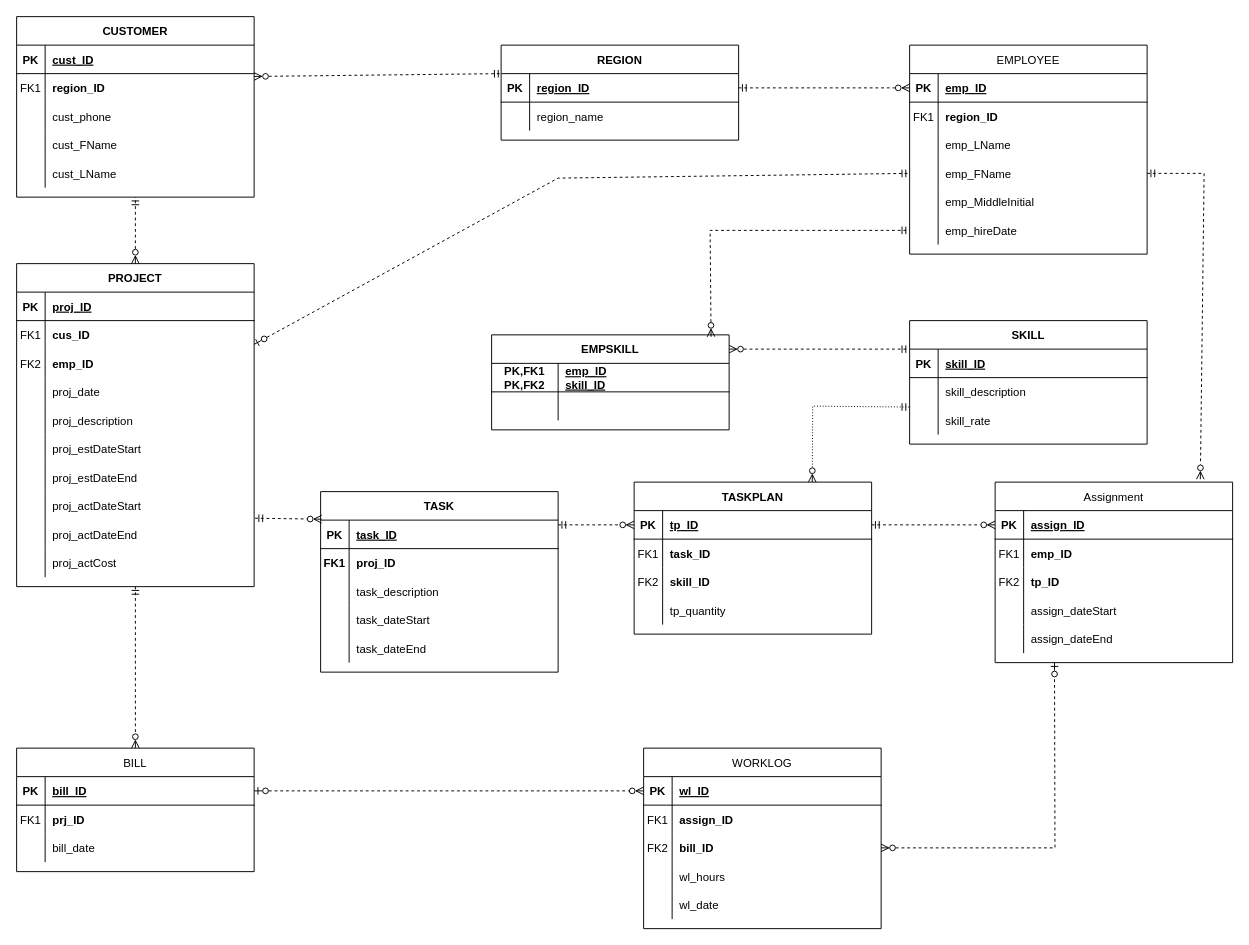
Before: Case 11 ERD.drawio in kwoehrer/DatabaseHw, a draw.io diagram. Source tidied: cells renumbered, new cells numbered last; positions are measured from the earlier drawing's top-left corner, leaving out a move shared by most shapes. Both pictures are drawn from the tidied source at 95%, with x=0, y=0 at pixel (16, 16).
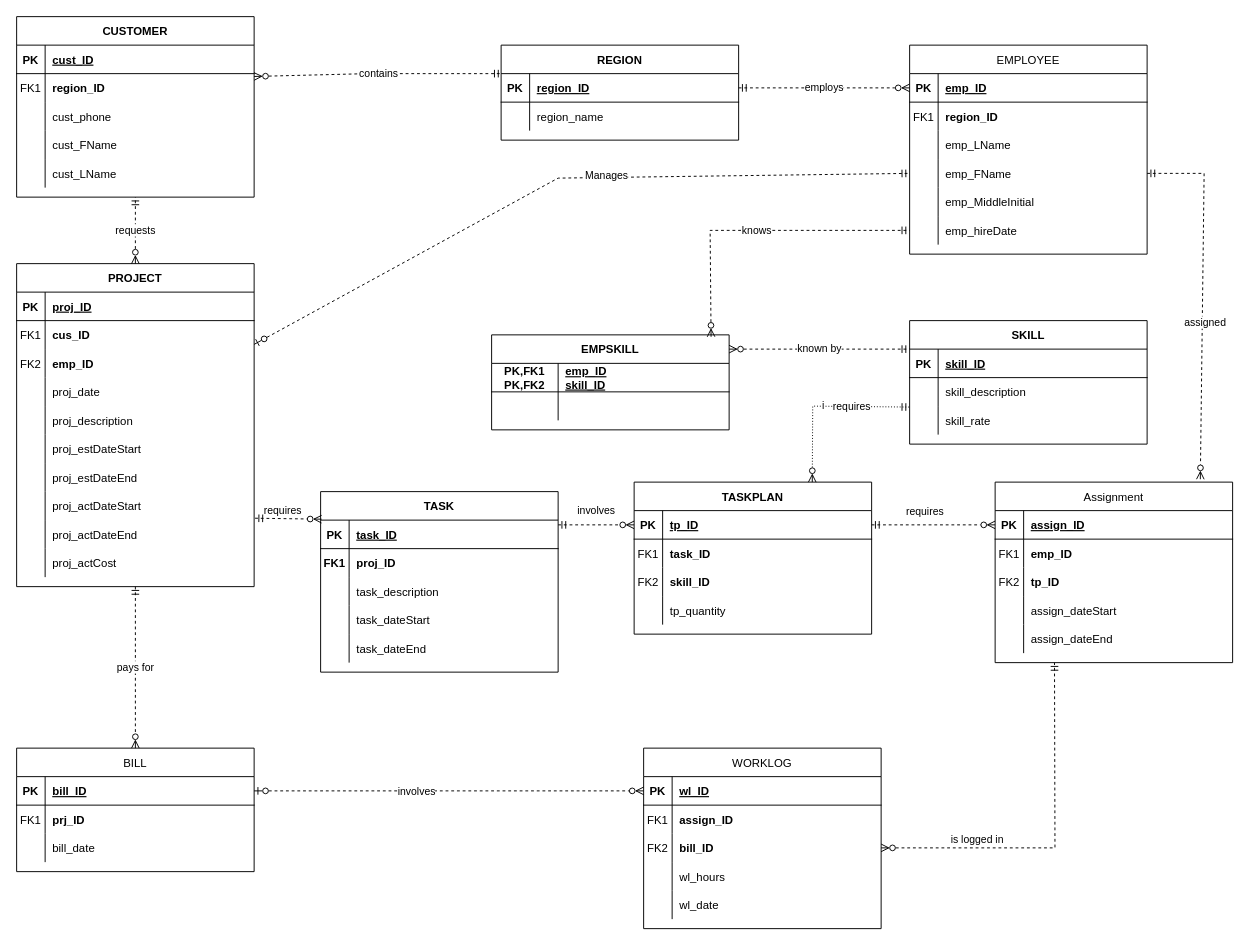
The same page after the edit.

Unchanged cells that the change refers to:
```xml
<mxCell id="2" value="CUSTOMER" style="shape=table;startSize=30;childLayout=tableLayout;rowLines=0;fontStyle=1;align=center;" parent="1" vertex="1">
  <mxGeometry width="250" height="190" as="geometry" />
</mxCell>
<mxCell id="6" style="shape=partialRectangle;fillColor=none;points=[[0,0.5],[1,0.5]];portConstraint=eastwest;top=0;left=0;right=0;bottom=0;" parent="2" vertex="1">
  <mxGeometry y="60" width="250" height="30" as="geometry" />
</mxCell>
<mxCell id="18" value="PROJECT" style="shape=table;startSize=30;childLayout=tableLayout;rowLines=0;fontStyle=1;align=center;" parent="1" vertex="1">
  <mxGeometry y="260" width="250" height="340" as="geometry" />
</mxCell>
<mxCell id="43" style="shape=partialRectangle;fillColor=none;points=[[0,0.5],[1,0.5]];portConstraint=eastwest;top=0;left=0;right=0;bottom=0;" parent="18" vertex="1">
  <mxGeometry y="270" width="250" height="30" as="geometry" />
</mxCell>
<mxCell id="50" style="shape=partialRectangle;fillColor=none;points=[[0,0.5],[1,0.5]];portConstraint=eastwest;top=0;left=0;right=0;bottom=1;" parent="49" vertex="1">
  <mxGeometry y="30" width="250" height="30" as="geometry" />
</mxCell>
<mxCell id="63" style="shape=partialRectangle;fillColor=none;points=[[0,0.5],[1,0.5]];portConstraint=eastwest;top=0;left=0;right=0;bottom=0;" parent="56" vertex="1">
  <mxGeometry y="90" width="250" height="30" as="geometry" />
</mxCell>
<mxCell id="67" style="shape=partialRectangle;fillColor=none;points=[[0,0.5],[1,0.5]];portConstraint=eastwest;top=0;left=0;right=0;bottom=1;" parent="66" vertex="1">
  <mxGeometry y="30" width="250" height="30" as="geometry" />
</mxCell>
<mxCell id="82" style="shape=partialRectangle;fillColor=none;points=[[0,0.5],[1,0.5]];portConstraint=eastwest;top=0;left=0;right=0;bottom=0;" parent="66" vertex="1">
  <mxGeometry y="180" width="250" height="30" as="geometry" />
</mxCell>
<mxCell id="85" value="Assignment" style="shape=table;startSize=30;childLayout=tableLayout;rowLines=0;fontStyle=0;align=center;" parent="1" vertex="1">
  <mxGeometry x="1030" y="490" width="250" height="190" as="geometry" />
</mxCell>
<mxCell id="101" value="EMPSKILL" style="shape=table;startSize=30;childLayout=tableLayout;rowLines=0;fontStyle=1;align=center;" parent="1" vertex="1">
  <mxGeometry x="500" y="335" width="250" height="100" as="geometry" />
</mxCell>
<mxCell id="109" style="shape=partialRectangle;fillColor=none;points=[[0,0.5],[1,0.5]];portConstraint=eastwest;top=0;left=0;right=0;bottom=1;" parent="108" vertex="1">
  <mxGeometry y="30" width="250" height="30" as="geometry" />
</mxCell>
<mxCell id="131" style="shape=partialRectangle;fillColor=none;points=[[0,0.5],[1,0.5]];portConstraint=eastwest;top=0;left=0;right=0;bottom=0;" parent="124" vertex="1">
  <mxGeometry y="90" width="250" height="30" as="geometry" />
</mxCell>
<mxCell id="140" value="TASKPLAN" style="shape=table;startSize=30;childLayout=tableLayout;rowLines=0;fontStyle=1;align=center;" parent="1" vertex="1">
  <mxGeometry x="650" y="490" width="250" height="160" as="geometry" />
</mxCell>
<mxCell id="141" style="shape=partialRectangle;fillColor=none;points=[[0,0.5],[1,0.5]];portConstraint=eastwest;top=0;left=0;right=0;bottom=1;" parent="140" vertex="1">
  <mxGeometry y="30" width="250" height="30" as="geometry" />
</mxCell>
<mxCell id="157" style="endArrow=ERmandOne;html=1;rounded=0;dashed=1;strokeColor=#000000;exitX=1;exitY=0.25;exitDx=0;exitDy=0;entryX=0;entryY=0.5;entryDx=0;entryDy=0;startArrow=ERzeroToOne;startFill=0;endFill=0;" parent="1" edge="1" source="18" target="76">
  <mxGeometry relative="1" as="geometry">
    <Array as="points">
      <mxPoint x="570" y="170" />
    </Array>
  </mxGeometry>
</mxCell>
<mxCell id="161" style="endArrow=ERzeroToMany;html=1;rounded=0;dashed=1;strokeColor=#000000;entryX=0;entryY=0.5;entryDx=0;entryDy=0;exitX=1;exitY=0.5;exitDx=0;exitDy=0;startArrow=ERmandOne;startFill=0;endFill=0;" parent="1" edge="1" source="141" target="86">
  <mxGeometry relative="1" as="geometry" />
</mxCell>
<mxCell id="162" style="endArrow=ERzeroToMany;html=1;rounded=0;dashed=1;strokeColor=#000000;entryX=0.864;entryY=-0.016;entryDx=0;entryDy=0;entryPerimeter=0;exitX=1;exitY=0.5;exitDx=0;exitDy=0;startArrow=ERmandOne;startFill=0;endFill=0;" parent="1" edge="1" source="76" target="85">
  <mxGeometry relative="1" as="geometry">
    <Array as="points">
      <mxPoint x="1250" y="165" />
    </Array>
  </mxGeometry>
</mxCell>
<mxCell id="164" value="BILL" style="shape=table;startSize=30;childLayout=tableLayout;rowLines=0;fontStyle=0;align=center;" parent="1" vertex="1">
  <mxGeometry y="770" width="250" height="130" as="geometry" />
</mxCell>
<mxCell id="175" style="endArrow=ERzeroToMany;html=1;rounded=0;dashed=1;strokeColor=#000000;entryX=0;entryY=0.5;entryDx=0;entryDy=0;exitX=1;exitY=0.5;exitDx=0;exitDy=0;startArrow=ERzeroToOne;startFill=0;endFill=0;" parent="1" edge="1" source="165" target="125">
  <mxGeometry relative="1" as="geometry" />
</mxCell>
```

What changed in the source:
```diff
@@
-    <mxCell id="153" style="endArrow=ERmandOne;html=1;rounded=0;exitX=1;exitY=0.1;exitDx=0;exitDy=0;exitPerimeter=0;entryX=0.004;entryY=0;entryDx=0;entryDy=0;entryPerimeter=0;fillColor=#fff2cc;strokeColor=#000000;dashed=1;startArrow=ERzeroToMany;startFill=0;endFill=0;" parent="1" edge="1" source="6" target="50">
-      <mxGeometry relative="1" as="geometry" />
+    <mxCell id="153" value="contains" style="endArrow=ERmandOne;html=1;rounded=0;exitX=1;exitY=0.1;exitDx=0;exitDy=0;exitPerimeter=0;entryX=0.004;entryY=0;entryDx=0;entryDy=0;entryPerimeter=0;fillColor=#fff2cc;strokeColor=#000000;dashed=1;startArrow=ERzeroToMany;startFill=0;endFill=0;" parent="1" edge="1" source="6" target="50">
+      <mxGeometry relative="1" as="geometry">
+        <Array as="points">
+          <mxPoint x="370" y="60" />
+        </Array>
+      </mxGeometry>
     </mxCell>
-    <mxCell id="154" style="endArrow=ERzeroToMany;html=1;rounded=0;dashed=1;strokeColor=#000000;entryX=0;entryY=0.5;entryDx=0;entryDy=0;exitX=1;exitY=0.5;exitDx=0;exitDy=0;startArrow=ERmandOne;startFill=0;endFill=0;" parent="1" edge="1" source="50" target="67">
+    <mxCell id="154" value="employs" style="endArrow=ERzeroToMany;html=1;rounded=0;dashed=1;strokeColor=#000000;entryX=0;entryY=0.5;entryDx=0;entryDy=0;exitX=1;exitY=0.5;exitDx=0;exitDy=0;startArrow=ERmandOne;startFill=0;endFill=0;" parent="1" edge="1" source="50" target="67">
       <mxGeometry relative="1" as="geometry" />
     </mxCell>
-    <mxCell id="155" style="endArrow=ERmandOne;html=1;rounded=0;dashed=1;strokeColor=#000000;entryX=0;entryY=0.5;entryDx=0;entryDy=0;startArrow=ERzeroToMany;startFill=0;endFill=0;exitX=0.924;exitY=0.02;exitDx=0;exitDy=0;exitPerimeter=0;" parent="1" edge="1" source="101" target="82">
+    <mxCell id="155" value="knows" style="endArrow=ERmandOne;html=1;rounded=0;dashed=1;strokeColor=#000000;entryX=0;entryY=0.5;entryDx=0;entryDy=0;startArrow=ERzeroToMany;startFill=0;endFill=0;exitX=0.924;exitY=0.02;exitDx=0;exitDy=0;exitPerimeter=0;" parent="1" edge="1" source="101" target="82">
       <mxGeometry relative="1" as="geometry">
         <Array as="points">
           <mxPoint x="730" y="225" />
         </Array>
       </mxGeometry>
     </mxCell>
-    <mxCell id="156" style="endArrow=ERmandOne;html=1;rounded=0;dashed=1;strokeColor=#000000;startArrow=ERzeroToMany;startFill=0;endFill=0;" parent="1" edge="1">
+    <mxCell id="156" value="known by" style="endArrow=ERmandOne;html=1;rounded=0;dashed=1;strokeColor=#000000;startArrow=ERzeroToMany;startFill=0;endFill=0;" parent="1" edge="1">
       <mxGeometry relative="1" as="geometry">
         <mxPoint x="750" y="350" as="sourcePoint" />
         <mxPoint x="940" y="350" as="targetPoint" />
       </mxGeometry>
     </mxCell>
@@
+    <mxCell id="177" value="Manages" style="edgeLabel;html=1;align=center;verticalAlign=middle;" parent="157" vertex="1">
+      <mxGeometry x="0.13" y="3" relative="1" as="geometry" />
+    </mxCell>
-    <mxCell id="158" style="endArrow=ERmandOne;html=1;rounded=0;dashed=1;strokeColor=#000000;entryX=0.5;entryY=1;entryDx=0;entryDy=0;startArrow=ERzeroToMany;startFill=0;endFill=0;" parent="1" edge="1" source="18" target="2">
+    <mxCell id="158" value="requests" style="endArrow=ERmandOne;html=1;rounded=0;dashed=1;strokeColor=#000000;entryX=0.5;entryY=1;entryDx=0;entryDy=0;startArrow=ERzeroToMany;startFill=0;endFill=0;" parent="1" edge="1" source="18" target="2">
       <mxGeometry relative="1" as="geometry" />
     </mxCell>
-    <mxCell id="159" style="endArrow=ERzeroToMany;html=1;rounded=0;dashed=1;strokeColor=#000000;exitX=1.004;exitY=-0.067;exitDx=0;exitDy=0;exitPerimeter=0;entryX=0.004;entryY=-0.033;entryDx=0;entryDy=0;entryPerimeter=0;endFill=0;startArrow=ERmandOne;startFill=0;" parent="1" edge="1" source="43" target="109">
-      <mxGeometry relative="1" as="geometry" />
+    <mxCell id="159" value="requires" style="endArrow=ERzeroToMany;html=1;rounded=0;dashed=1;strokeColor=#000000;exitX=1.004;exitY=-0.067;exitDx=0;exitDy=0;exitPerimeter=0;entryX=0.004;entryY=-0.033;entryDx=0;entryDy=0;entryPerimeter=0;endFill=0;startArrow=ERmandOne;startFill=0;" parent="1" edge="1" source="43" target="109">
+      <mxGeometry x="-0.17" y="8" relative="1" as="geometry" />
     </mxCell>
-    <mxCell id="160" style="endArrow=ERzeroToMany;html=1;rounded=0;dashed=1;strokeColor=#000000;entryX=0;entryY=0.5;entryDx=0;entryDy=0;startArrow=ERmandOne;startFill=0;endFill=0;" parent="1" edge="1" target="141">
-      <mxGeometry relative="1" as="geometry">
+    <mxCell id="160" value="involves" style="endArrow=ERzeroToMany;html=1;rounded=0;dashed=1;strokeColor=#000000;entryX=0;entryY=0.5;entryDx=0;entryDy=0;startArrow=ERmandOne;startFill=0;endFill=0;" parent="1" edge="1" target="141">
+      <mxGeometry y="15" relative="1" as="geometry">
         <mxPoint x="570" y="535" as="sourcePoint" />
+        <Array as="points">
+          <mxPoint x="610" y="535" />
+        </Array>
       </mxGeometry>
     </mxCell>
@@
+    <mxCell id="178" value="requires" style="edgeLabel;html=1;align=center;verticalAlign=middle;" parent="161" vertex="1">
+      <mxGeometry x="0.23" y="4" relative="1" as="geometry">
+        <mxPoint x="-25" y="-11" as="offset" />
+      </mxGeometry>
+    </mxCell>
@@
+    <mxCell id="179" value="assigned" style="edgeLabel;html=1;align=center;verticalAlign=middle;" parent="162" vertex="1">
+      <mxGeometry x="0.24" y="3" relative="1" as="geometry">
+        <mxPoint y="-21" as="offset" />
+      </mxGeometry>
+    </mxCell>
-    <mxCell id="163" style="endArrow=ERmandOne;html=1;rounded=0;dashed=1;dashPattern=1 2;strokeColor=#000000;entryX=0;entryY=0.033;entryDx=0;entryDy=0;entryPerimeter=0;exitX=0.75;exitY=0;exitDx=0;exitDy=0;startArrow=ERzeroToMany;startFill=0;endFill=0;" parent="1" edge="1" source="140" target="63">
+    <mxCell id="163" value="i" style="endArrow=ERmandOne;html=1;rounded=0;dashed=1;dashPattern=1 2;strokeColor=#000000;entryX=0;entryY=0.033;entryDx=0;entryDy=0;entryPerimeter=0;exitX=0.75;exitY=0;exitDx=0;exitDy=0;startArrow=ERzeroToMany;startFill=0;endFill=0;" parent="1" edge="1" source="140" target="63">
       <mxGeometry relative="1" as="geometry">
         <Array as="points">
           <mxPoint x="838" y="410" />
         </Array>
       </mxGeometry>
     </mxCell>
+    <mxCell id="180" value="requires" style="edgeLabel;html=1;align=center;verticalAlign=middle;" parent="163" vertex="1">
+      <mxGeometry x="0.07" relative="1" as="geometry">
+        <mxPoint x="24" as="offset" />
+      </mxGeometry>
+    </mxCell>
@@
-    <mxCell id="174" style="endArrow=ERzeroToOne;html=1;rounded=0;dashed=1;strokeColor=#000000;exitX=1;exitY=0.5;exitDx=0;exitDy=0;entryX=0.25;entryY=1;entryDx=0;entryDy=0;startArrow=ERzeroToMany;startFill=0;endFill=0;" parent="1" edge="1" source="131" target="85">
+    <mxCell id="174" style="endArrow=ERmandOne;html=1;rounded=0;dashed=1;strokeColor=#000000;exitX=1;exitY=0.5;exitDx=0;exitDy=0;entryX=0.25;entryY=1;entryDx=0;entryDy=0;startArrow=ERzeroToMany;startFill=0;endFill=0;" parent="1" edge="1" source="131" target="85">
       <mxGeometry relative="1" as="geometry">
         <Array as="points">
           <mxPoint x="1093" y="875" />
         </Array>
       </mxGeometry>
     </mxCell>
+    <mxCell id="181" value="is logged in" style="edgeLabel;html=1;align=center;verticalAlign=middle;" parent="174" vertex="1">
+      <mxGeometry x="-0.43" y="-1" relative="1" as="geometry">
+        <mxPoint x="-8" y="-11" as="offset" />
+      </mxGeometry>
+    </mxCell>
@@
+    <mxCell id="182" value="involves" style="edgeLabel;html=1;align=center;verticalAlign=middle;" parent="175" vertex="1">
+      <mxGeometry x="-0.17" relative="1" as="geometry" />
+    </mxCell>
-    <mxCell id="176" style="endArrow=ERzeroToMany;html=1;rounded=0;dashed=1;strokeColor=#000000;exitX=0.5;exitY=1;exitDx=0;exitDy=0;entryX=0.5;entryY=0;entryDx=0;entryDy=0;startArrow=ERmandOne;startFill=0;endFill=0;" parent="1" edge="1" source="18" target="164">
+    <mxCell id="176" value="pays for" style="endArrow=ERzeroToMany;html=1;rounded=0;dashed=1;strokeColor=#000000;exitX=0.5;exitY=1;exitDx=0;exitDy=0;entryX=0.5;entryY=0;entryDx=0;entryDy=0;startArrow=ERmandOne;startFill=0;endFill=0;" parent="1" edge="1" source="18" target="164">
       <mxGeometry relative="1" as="geometry" />
     </mxCell>
```
